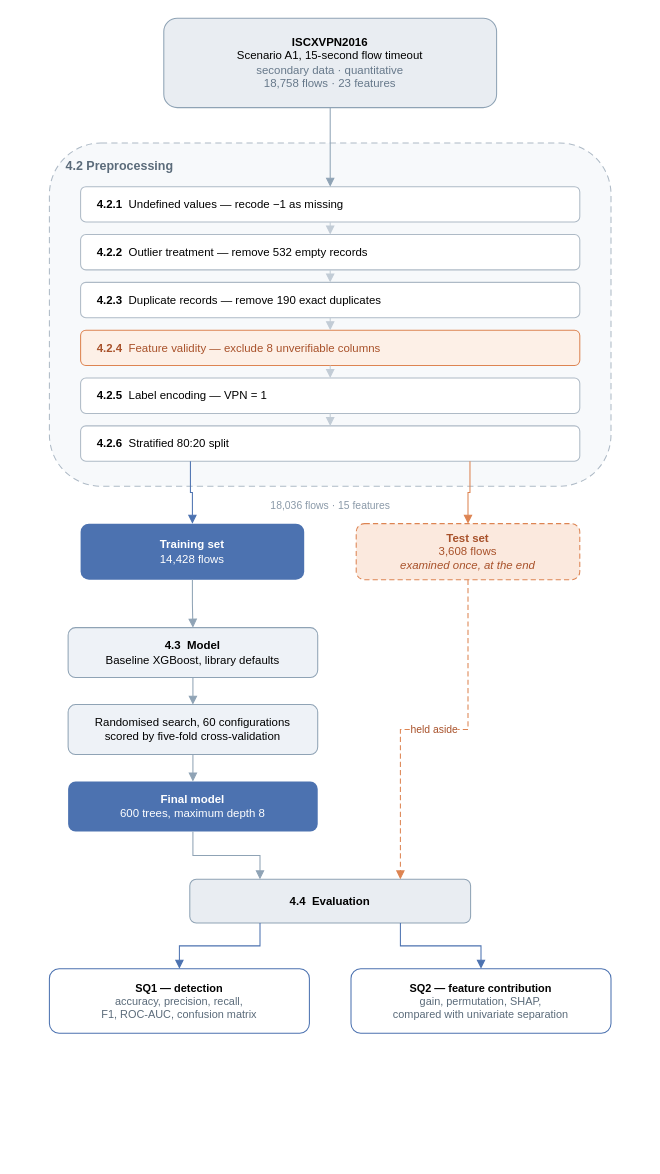
laysokhour-computer/VPN-Detection-Research keeps this draw.io diagram as results/research_methodology.drawio. Above is the earlier version. Source tidied: cells renumbered, new cells numbered last; positions are measured from the earlier drawing's top-left corner, leaving out a move shared by most shapes. Both pictures are drawn from the tidied source at 104%, with x=0, y=0 at pixel (49, 18).
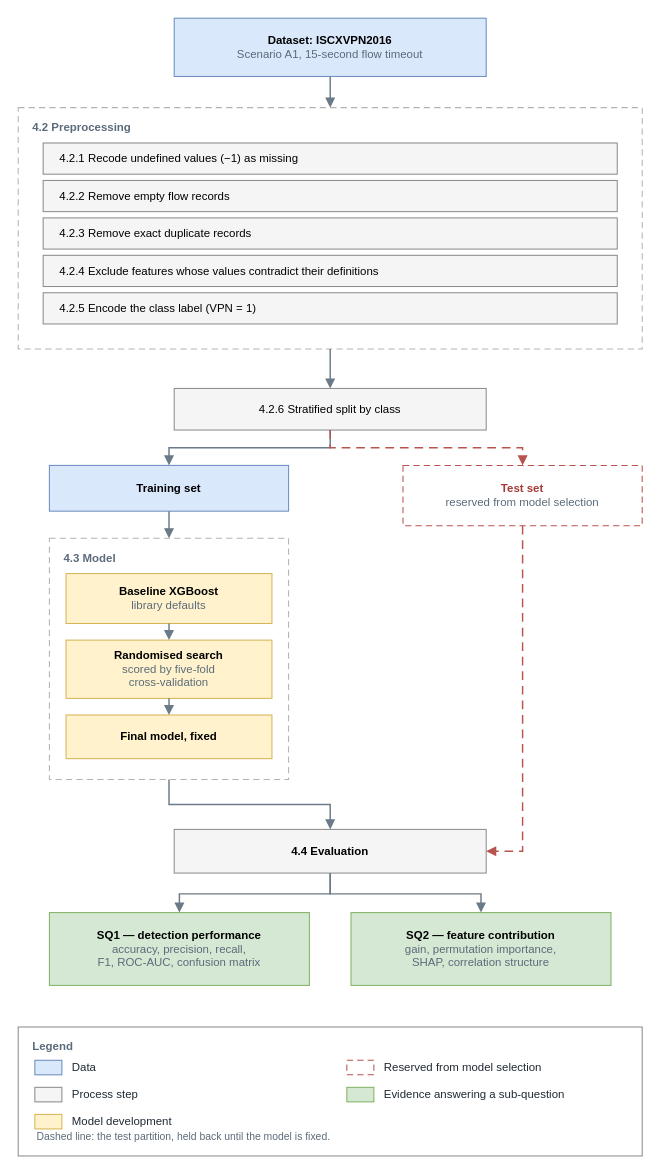
Above is the later version.

Change to the diagram source:
```diff
@@
+    <mxCell id="3" value="&lt;b&gt;Dataset: ISCXVPN2016&lt;/b&gt;&lt;br&gt;&lt;font color=&quot;#5B6B7A&quot;&gt;Scenario A1, 15-second flow timeout&lt;/font&gt;" style="rounded=0;whiteSpace=wrap;html=1;fillColor=#DAE8FC;strokeColor=#6C8EBF;fontSize=11;verticalAlign=middle;" parent="1" vertex="1">
+      <mxGeometry x="120" width="300" height="56" as="geometry" />
+    </mxCell>
-    <mxCell id="2" value="4.2  Preprocessing" style="rounded=1;whiteSpace=wrap;html=1;dashed=1;dashPattern=6 4;fillColor=#f7f9fb;strokeColor=#aebac6;verticalAlign=top;align=left;spacingLeft=14;spacingTop=8;fontSize=12;fontStyle=1;fontColor=#5b6b7a;" parent="1" vertex="1">
-      <mxGeometry y="120" width="540" height="330" as="geometry" />
+    <mxCell id="2" value="&lt;b&gt;&lt;font color=&quot;#5B6B7A&quot;&gt;4.2  Preprocessing&lt;/font&gt;&lt;/b&gt;" style="rounded=0;whiteSpace=wrap;html=1;fillColor=none;strokeColor=#B3B3B3;fontSize=11;dashed=1;dashPattern=6 4;verticalAlign=top;align=left;spacingLeft=12;spacingTop=6;" parent="1" vertex="1">
+      <mxGeometry x="-30" y="86" width="600" height="232" as="geometry" />
     </mxCell>
-    <mxCell id="3" value="&lt;b&gt;ISCXVPN2016&lt;/b&gt;&lt;br&gt;Scenario A1, 15-second flow timeout&lt;br&gt;&lt;font color=&quot;#66788a&quot;&gt;secondary data · quantitative&lt;/font&gt;&lt;br&gt;&lt;font color=&quot;#66788a&quot;&gt;18,758 flows · 23 features&lt;/font&gt;" style="rounded=1;whiteSpace=wrap;html=1;fillColor=#e9edf2;strokeColor=#8fa3b5;fontSize=11;verticalAlign=middle;spacing=4;" parent="1" vertex="1">
-      <mxGeometry x="110" width="320" height="86" as="geometry" />
-    </mxCell>
-    <mxCell id="4" value="&lt;b&gt;4.2.1&lt;/b&gt;  Undefined values — recode −1 as missing" style="rounded=1;whiteSpace=wrap;html=1;fillColor=#ffffff;strokeColor=#aebac6;fontSize=11;align=left;spacingLeft=14;" parent="1" vertex="1">
-      <mxGeometry x="30" y="162" width="480" height="34" as="geometry" />
+    <mxCell id="4" value="4.2.1   Recode undefined values (−1) as missing" style="rounded=0;whiteSpace=wrap;html=1;fillColor=#F5F5F5;strokeColor=#8C8C8C;fontSize=11;verticalAlign=middle;align=left;spacingLeft=14;" parent="1" vertex="1">
+      <mxGeometry x="-6" y="120" width="552" height="30" as="geometry" />
     </mxCell>
-    <mxCell id="5" value="&lt;b&gt;4.2.2&lt;/b&gt;  Outlier treatment — remove 532 empty records" style="rounded=1;whiteSpace=wrap;html=1;fillColor=#ffffff;strokeColor=#aebac6;fontSize=11;align=left;spacingLeft=14;" parent="1" vertex="1">
-      <mxGeometry x="30" y="208" width="480" height="34" as="geometry" />
+    <mxCell id="5" value="4.2.2   Remove empty flow records" style="rounded=0;whiteSpace=wrap;html=1;fillColor=#F5F5F5;strokeColor=#8C8C8C;fontSize=11;verticalAlign=middle;align=left;spacingLeft=14;" parent="1" vertex="1">
+      <mxGeometry x="-6" y="156" width="552" height="30" as="geometry" />
     </mxCell>
-    <mxCell id="6" value="&lt;b&gt;4.2.3&lt;/b&gt;  Duplicate records — remove 190 exact duplicates" style="rounded=1;whiteSpace=wrap;html=1;fillColor=#ffffff;strokeColor=#aebac6;fontSize=11;align=left;spacingLeft=14;" parent="1" vertex="1">
-      <mxGeometry x="30" y="254" width="480" height="34" as="geometry" />
+    <mxCell id="6" value="4.2.3   Remove exact duplicate records" style="rounded=0;whiteSpace=wrap;html=1;fillColor=#F5F5F5;strokeColor=#8C8C8C;fontSize=11;verticalAlign=middle;align=left;spacingLeft=14;" parent="1" vertex="1">
+      <mxGeometry x="-6" y="192" width="552" height="30" as="geometry" />
     </mxCell>
-    <mxCell id="7" value="&lt;b&gt;4.2.4&lt;/b&gt;  Feature validity — exclude 8 unverifiable columns" style="rounded=1;whiteSpace=wrap;html=1;fillColor=#fdf0e7;strokeColor=#DD8452;fontSize=11;align=left;spacingLeft=14;fontColor=#a8512a;" parent="1" vertex="1">
-      <mxGeometry x="30" y="300" width="480" height="34" as="geometry" />
+    <mxCell id="7" value="4.2.4   Exclude features whose values contradict their definitions" style="rounded=0;whiteSpace=wrap;html=1;fillColor=#F5F5F5;strokeColor=#8C8C8C;fontSize=11;verticalAlign=middle;align=left;spacingLeft=14;" parent="1" vertex="1">
+      <mxGeometry x="-6" y="228" width="552" height="30" as="geometry" />
     </mxCell>
-    <mxCell id="8" value="&lt;b&gt;4.2.5&lt;/b&gt;  Label encoding — VPN = 1" style="rounded=1;whiteSpace=wrap;html=1;fillColor=#ffffff;strokeColor=#aebac6;fontSize=11;align=left;spacingLeft=14;" parent="1" vertex="1">
-      <mxGeometry x="30" y="346" width="480" height="34" as="geometry" />
+    <mxCell id="8" value="4.2.5   Encode the class label (VPN = 1)" style="rounded=0;whiteSpace=wrap;html=1;fillColor=#F5F5F5;strokeColor=#8C8C8C;fontSize=11;verticalAlign=middle;align=left;spacingLeft=14;" parent="1" vertex="1">
+      <mxGeometry x="-6" y="264" width="552" height="30" as="geometry" />
     </mxCell>
-    <mxCell id="9" value="&lt;b&gt;4.2.6&lt;/b&gt;  Stratified 80:20 split" style="rounded=1;whiteSpace=wrap;html=1;fillColor=#ffffff;strokeColor=#aebac6;fontSize=11;align=left;spacingLeft=14;" parent="1" vertex="1">
-      <mxGeometry x="30" y="392" width="480" height="34" as="geometry" />
-    </mxCell>
-    <mxCell id="10" value="18,036 flows · 15 features" style="text;html=1;fontSize=10;fontColor=#8a99a8;align=center;" parent="1" vertex="1">
-      <mxGeometry x="180" y="456" width="180" height="18" as="geometry" />
-    </mxCell>
+    <mxCell id="34" value="4.2.6   Stratified split by class" style="rounded=0;whiteSpace=wrap;html=1;fillColor=#F5F5F5;strokeColor=#8C8C8C;fontSize=11;verticalAlign=middle;" parent="1" vertex="1">
+      <mxGeometry x="120" y="356" width="300" height="40" as="geometry" />
+    </mxCell>
-    <mxCell id="11" value="&lt;b&gt;Training set&lt;/b&gt;&lt;br&gt;14,428 flows" style="rounded=1;whiteSpace=wrap;html=1;fillColor=#4C72B0;strokeColor=none;fontColor=#ffffff;fontSize=11;" parent="1" vertex="1">
-      <mxGeometry x="30" y="486" width="215" height="54" as="geometry" />
+    <mxCell id="11" value="&lt;b&gt;Training set&lt;/b&gt;" style="rounded=0;whiteSpace=wrap;html=1;fillColor=#DAE8FC;strokeColor=#6C8EBF;fontSize=11;verticalAlign=middle;" parent="1" vertex="1">
+      <mxGeometry y="430" width="230" height="44" as="geometry" />
     </mxCell>
-    <mxCell id="12" value="&lt;b&gt;Test set&lt;/b&gt;&lt;br&gt;3,608 flows&lt;br&gt;&lt;i&gt;examined once, at the end&lt;/i&gt;" style="rounded=1;whiteSpace=wrap;html=1;fillColor=#fbe9de;strokeColor=#DD8452;dashed=1;dashPattern=5 3;fontColor=#a8512a;fontSize=11;" parent="1" vertex="1">
-      <mxGeometry x="295" y="486" width="215" height="54" as="geometry" />
+    <mxCell id="12" value="&lt;b&gt;&lt;font color=&quot;#A33A36&quot;&gt;Test set&lt;/font&gt;&lt;/b&gt;&lt;br&gt;&lt;font color=&quot;#5B6B7A&quot;&gt;reserved from model selection&lt;/font&gt;" style="rounded=0;whiteSpace=wrap;html=1;fillColor=#FFFFFF;strokeColor=#B85450;fontSize=11;dashed=1;dashPattern=6 4;verticalAlign=middle;" parent="1" vertex="1">
+      <mxGeometry x="340" y="430" width="230" height="58" as="geometry" />
     </mxCell>
+    <mxCell id="35" value="&lt;b&gt;&lt;font color=&quot;#5B6B7A&quot;&gt;4.3  Model&lt;/font&gt;&lt;/b&gt;" style="rounded=0;whiteSpace=wrap;html=1;fillColor=none;strokeColor=#B3B3B3;fontSize=11;dashed=1;dashPattern=6 4;verticalAlign=top;align=left;spacingLeft=12;spacingTop=6;" parent="1" vertex="1">
+      <mxGeometry y="500" width="230" height="232" as="geometry" />
+    </mxCell>
-    <mxCell id="13" value="&lt;b&gt;4.3  Model&lt;/b&gt;&lt;br&gt;Baseline XGBoost, library defaults" style="rounded=1;whiteSpace=wrap;html=1;fillColor=#eef2f7;strokeColor=#8fa3b5;fontSize=11;" parent="1" vertex="1">
-      <mxGeometry x="18" y="586" width="240" height="48" as="geometry" />
+    <mxCell id="13" value="&lt;b&gt;Baseline XGBoost&lt;/b&gt;&lt;br&gt;&lt;font color=&quot;#5B6B7A&quot;&gt;library defaults&lt;/font&gt;" style="rounded=0;whiteSpace=wrap;html=1;fillColor=#FFF2CC;strokeColor=#D6B656;fontSize=11;verticalAlign=middle;" parent="1" vertex="1">
+      <mxGeometry x="16" y="534" width="198" height="48" as="geometry" />
     </mxCell>
-    <mxCell id="14" value="Randomised search, 60 configurations&lt;br&gt;scored by five-fold cross-validation" style="rounded=1;whiteSpace=wrap;html=1;fillColor=#eef2f7;strokeColor=#8fa3b5;fontSize=11;" parent="1" vertex="1">
-      <mxGeometry x="18" y="660" width="240" height="48" as="geometry" />
+    <mxCell id="14" value="&lt;b&gt;Randomised search&lt;/b&gt;&lt;br&gt;&lt;font color=&quot;#5B6B7A&quot;&gt;scored by five-fold&lt;/font&gt;&lt;br&gt;&lt;font color=&quot;#5B6B7A&quot;&gt;cross-validation&lt;/font&gt;" style="rounded=0;whiteSpace=wrap;html=1;fillColor=#FFF2CC;strokeColor=#D6B656;fontSize=11;verticalAlign=middle;" parent="1" vertex="1">
+      <mxGeometry x="16" y="598" width="198" height="56" as="geometry" />
     </mxCell>
-    <mxCell id="15" value="&lt;b&gt;Final model&lt;/b&gt;&lt;br&gt;600 trees, maximum depth 8" style="rounded=1;whiteSpace=wrap;html=1;fillColor=#4C72B0;strokeColor=none;fontColor=#ffffff;fontSize=11;" parent="1" vertex="1">
-      <mxGeometry x="18" y="734" width="240" height="48" as="geometry" />
+    <mxCell id="15" value="&lt;b&gt;Final model, fixed&lt;/b&gt;" style="rounded=0;whiteSpace=wrap;html=1;fillColor=#FFF2CC;strokeColor=#D6B656;fontSize=11;verticalAlign=middle;" parent="1" vertex="1">
+      <mxGeometry x="16" y="670" width="198" height="42" as="geometry" />
     </mxCell>
-    <mxCell id="16" value="&lt;b&gt;4.4  Evaluation&lt;/b&gt;" style="rounded=1;whiteSpace=wrap;html=1;fillColor=#e9edf2;strokeColor=#8fa3b5;fontSize=11;" parent="1" vertex="1">
-      <mxGeometry x="135" y="828" width="270" height="42" as="geometry" />
+    <mxCell id="16" value="&lt;b&gt;4.4  Evaluation&lt;/b&gt;" style="rounded=0;whiteSpace=wrap;html=1;fillColor=#F5F5F5;strokeColor=#8C8C8C;fontSize=11;verticalAlign=middle;" parent="1" vertex="1">
+      <mxGeometry x="120" y="780" width="300" height="42" as="geometry" />
     </mxCell>
-    <mxCell id="17" value="&lt;b&gt;SQ1 — detection&lt;/b&gt;&lt;br&gt;&lt;font color=&quot;#5b6b7a&quot;&gt;accuracy, precision, recall,&lt;br&gt;F1, ROC-AUC, confusion matrix&lt;/font&gt;" style="rounded=1;whiteSpace=wrap;html=1;fillColor=#ffffff;strokeColor=#4C72B0;fontSize=10.5;" parent="1" vertex="1">
-      <mxGeometry y="914" width="250" height="62" as="geometry" />
+    <mxCell id="17" value="&lt;b&gt;SQ1 — detection performance&lt;/b&gt;&lt;br&gt;&lt;font color=&quot;#5B6B7A&quot;&gt;accuracy, precision, recall,&lt;/font&gt;&lt;br&gt;&lt;font color=&quot;#5B6B7A&quot;&gt;F1, ROC-AUC, confusion matrix&lt;/font&gt;" style="rounded=0;whiteSpace=wrap;html=1;fillColor=#D5E8D4;strokeColor=#82B366;fontSize=11;verticalAlign=middle;" parent="1" vertex="1">
+      <mxGeometry y="860" width="250" height="70" as="geometry" />
     </mxCell>
-    <mxCell id="18" value="&lt;b&gt;SQ2 — feature contribution&lt;/b&gt;&lt;br&gt;&lt;font color=&quot;#5b6b7a&quot;&gt;gain, permutation, SHAP,&lt;br&gt;compared with univariate separation&lt;/font&gt;" style="rounded=1;whiteSpace=wrap;html=1;fillColor=#ffffff;strokeColor=#4C72B0;fontSize=10.5;" parent="1" vertex="1">
-      <mxGeometry x="290" y="914" width="250" height="62" as="geometry" />
+    <mxCell id="18" value="&lt;b&gt;SQ2 — feature contribution&lt;/b&gt;&lt;br&gt;&lt;font color=&quot;#5B6B7A&quot;&gt;gain, permutation importance,&lt;/font&gt;&lt;br&gt;&lt;font color=&quot;#5B6B7A&quot;&gt;SHAP, correlation structure&lt;/font&gt;" style="rounded=0;whiteSpace=wrap;html=1;fillColor=#D5E8D4;strokeColor=#82B366;fontSize=11;verticalAlign=middle;" parent="1" vertex="1">
+      <mxGeometry x="290" y="860" width="250" height="70" as="geometry" />
     </mxCell>
-    <mxCell id="19" style="edgeStyle=orthogonalEdgeStyle;rounded=0;html=1;strokeColor=#8fa3b5;endArrow=block;endFill=1;" parent="1" edge="1" source="3" target="4">
-      <mxGeometry relative="1" as="geometry" />
-    </mxCell>
-    <mxCell id="20" style="edgeStyle=orthogonalEdgeStyle;rounded=0;html=1;strokeColor=#c2ccd6;endArrow=block;endFill=1;" parent="1" edge="1" source="4" target="5">
+    <mxCell id="20" style="edgeStyle=orthogonalEdgeStyle;rounded=0;html=1;exitX=0.5;exitY=1;exitDx=0;exitDy=0;entryX=0.5;entryY=0;entryDx=0;entryDy=0;endArrow=block;endFill=1;strokeWidth=1.4;strokeColor=#6B7A88;" parent="1" edge="1" source="3" target="2">
       <mxGeometry relative="1" as="geometry" />
     </mxCell>
-    <mxCell id="21" style="edgeStyle=orthogonalEdgeStyle;rounded=0;html=1;strokeColor=#c2ccd6;endArrow=block;endFill=1;" parent="1" edge="1" source="5" target="6">
+    <mxCell id="21" style="edgeStyle=orthogonalEdgeStyle;rounded=0;html=1;exitX=0.5;exitY=1;exitDx=0;exitDy=0;entryX=0.5;entryY=0;entryDx=0;entryDy=0;endArrow=block;endFill=1;strokeWidth=1.4;strokeColor=#6B7A88;" parent="1" edge="1" source="2" target="34">
       <mxGeometry relative="1" as="geometry" />
     </mxCell>
-    <mxCell id="22" style="edgeStyle=orthogonalEdgeStyle;rounded=0;html=1;strokeColor=#c2ccd6;endArrow=block;endFill=1;" parent="1" edge="1" source="6" target="7">
-      <mxGeometry relative="1" as="geometry" />
+    <mxCell id="22" style="edgeStyle=orthogonalEdgeStyle;rounded=0;html=1;exitX=0.5;exitY=1;exitDx=0;exitDy=0;entryX=0.5;entryY=0;entryDx=0;entryDy=0;endArrow=block;endFill=1;strokeWidth=1.4;strokeColor=#6B7A88;" parent="1" edge="1" source="34" target="11">
+      <mxGeometry relative="1" as="geometry">
+        <Array as="points">
+          <mxPoint x="270" y="413" />
+          <mxPoint x="115" y="413" />
+        </Array>
+      </mxGeometry>
     </mxCell>
-    <mxCell id="23" style="edgeStyle=orthogonalEdgeStyle;rounded=0;html=1;strokeColor=#c2ccd6;endArrow=block;endFill=1;" parent="1" edge="1" source="7" target="8">
-      <mxGeometry relative="1" as="geometry" />
+    <mxCell id="23" style="edgeStyle=orthogonalEdgeStyle;rounded=0;html=1;exitX=0.5;exitY=1;exitDx=0;exitDy=0;entryX=0.5;entryY=0;entryDx=0;entryDy=0;endArrow=block;endFill=1;strokeWidth=1.4;strokeColor=#B85450;dashed=1;dashPattern=6 4;" parent="1" edge="1" source="34" target="12">
+      <mxGeometry relative="1" as="geometry">
+        <Array as="points">
+          <mxPoint x="270" y="413" />
+          <mxPoint x="455" y="413" />
+        </Array>
+      </mxGeometry>
     </mxCell>
-    <mxCell id="24" style="edgeStyle=orthogonalEdgeStyle;rounded=0;html=1;strokeColor=#c2ccd6;endArrow=block;endFill=1;" parent="1" edge="1" source="8" target="9">
+    <mxCell id="24" style="edgeStyle=orthogonalEdgeStyle;rounded=0;html=1;exitX=0.5;exitY=1;exitDx=0;exitDy=0;entryX=0.5;entryY=0;entryDx=0;entryDy=0;endArrow=block;endFill=1;strokeWidth=1.4;strokeColor=#6B7A88;" parent="1" edge="1" source="11" target="35">
       <mxGeometry relative="1" as="geometry" />
     </mxCell>
-    <mxCell id="25" style="edgeStyle=orthogonalEdgeStyle;rounded=0;html=1;strokeColor=#4C72B0;endArrow=block;endFill=1;exitX=0.22;exitY=1;exitDx=0;exitDy=0;entryX=0.5;entryY=0;entryDx=0;entryDy=0;" parent="1" edge="1" source="9" target="11">
+    <mxCell id="25" style="edgeStyle=orthogonalEdgeStyle;rounded=0;html=1;exitX=0.5;exitY=1;exitDx=0;exitDy=0;entryX=0.5;entryY=0;entryDx=0;entryDy=0;endArrow=block;endFill=1;strokeWidth=1.4;strokeColor=#6B7A88;" parent="1" edge="1" source="13" target="14">
       <mxGeometry relative="1" as="geometry" />
     </mxCell>
-    <mxCell id="26" style="edgeStyle=orthogonalEdgeStyle;rounded=0;html=1;strokeColor=#DD8452;endArrow=block;endFill=1;exitX=0.78;exitY=1;exitDx=0;exitDy=0;entryX=0.5;entryY=0;entryDx=0;entryDy=0;" parent="1" edge="1" source="9" target="12">
+    <mxCell id="26" style="edgeStyle=orthogonalEdgeStyle;rounded=0;html=1;exitX=0.5;exitY=1;exitDx=0;exitDy=0;entryX=0.5;entryY=0;entryDx=0;entryDy=0;endArrow=block;endFill=1;strokeWidth=1.4;strokeColor=#6B7A88;" parent="1" edge="1" source="14" target="15">
       <mxGeometry relative="1" as="geometry" />
     </mxCell>
-    <mxCell id="27" style="edgeStyle=orthogonalEdgeStyle;rounded=0;html=1;strokeColor=#8fa3b5;endArrow=block;endFill=1;" parent="1" edge="1" source="11" target="13">
-      <mxGeometry relative="1" as="geometry" />
+    <mxCell id="27" style="edgeStyle=orthogonalEdgeStyle;rounded=0;html=1;exitX=0.5;exitY=1;exitDx=0;exitDy=0;entryX=0.5;entryY=0;entryDx=0;entryDy=0;endArrow=block;endFill=1;strokeWidth=1.4;strokeColor=#6B7A88;" parent="1" edge="1" source="35" target="16">
+      <mxGeometry relative="1" as="geometry">
+        <Array as="points">
+          <mxPoint x="115" y="756" />
+          <mxPoint x="270" y="756" />
+        </Array>
+      </mxGeometry>
     </mxCell>
-    <mxCell id="28" style="edgeStyle=orthogonalEdgeStyle;rounded=0;html=1;strokeColor=#8fa3b5;endArrow=block;endFill=1;" parent="1" edge="1" source="13" target="14">
-      <mxGeometry relative="1" as="geometry" />
+    <mxCell id="28" style="edgeStyle=orthogonalEdgeStyle;rounded=0;html=1;exitX=0.5;exitY=1;exitDx=0;exitDy=0;entryX=1;entryY=0.5;entryDx=0;entryDy=0;endArrow=block;endFill=1;strokeWidth=1.4;strokeColor=#B85450;dashed=1;dashPattern=6 4;" parent="1" edge="1" source="12" target="16">
+      <mxGeometry relative="1" as="geometry">
+        <Array as="points">
+          <mxPoint x="455" y="801" />
+        </Array>
+      </mxGeometry>
     </mxCell>
-    <mxCell id="29" style="edgeStyle=orthogonalEdgeStyle;rounded=0;html=1;strokeColor=#8fa3b5;endArrow=block;endFill=1;" parent="1" edge="1" source="14" target="15">
-      <mxGeometry relative="1" as="geometry" />
+    <mxCell id="29" style="edgeStyle=orthogonalEdgeStyle;rounded=0;html=1;exitX=0.5;exitY=1;exitDx=0;exitDy=0;entryX=0.5;entryY=0;entryDx=0;entryDy=0;endArrow=block;endFill=1;strokeWidth=1.4;strokeColor=#6B7A88;" parent="1" edge="1" source="16" target="17">
+      <mxGeometry relative="1" as="geometry">
+        <Array as="points">
+          <mxPoint x="270" y="842" />
+          <mxPoint x="125" y="842" />
+        </Array>
+      </mxGeometry>
     </mxCell>
-    <mxCell id="30" style="edgeStyle=orthogonalEdgeStyle;rounded=0;html=1;strokeColor=#8fa3b5;endArrow=block;endFill=1;entryX=0.25;entryY=0;entryDx=0;entryDy=0;" parent="1" edge="1" source="15" target="16">
-      <mxGeometry relative="1" as="geometry" />
+    <mxCell id="30" style="edgeStyle=orthogonalEdgeStyle;rounded=0;html=1;exitX=0.5;exitY=1;exitDx=0;exitDy=0;entryX=0.5;entryY=0;entryDx=0;entryDy=0;endArrow=block;endFill=1;strokeWidth=1.4;strokeColor=#6B7A88;" parent="1" edge="1" source="16" target="18">
+      <mxGeometry relative="1" as="geometry">
+        <Array as="points">
+          <mxPoint x="270" y="842" />
+          <mxPoint x="415" y="842" />
+        </Array>
+      </mxGeometry>
     </mxCell>
-    <mxCell id="31" value="held aside" style="edgeStyle=orthogonalEdgeStyle;rounded=0;html=1;strokeColor=#DD8452;dashed=1;dashPattern=5 3;endArrow=block;endFill=1;fontSize=10;fontColor=#a8512a;labelBackgroundColor=#ffffff;entryX=0.75;entryY=0;entryDx=0;entryDy=0;" parent="1" edge="1" source="12" target="16">
-      <mxGeometry relative="1" as="geometry" />
-    </mxCell>
-    <mxCell id="32" style="edgeStyle=orthogonalEdgeStyle;rounded=0;html=1;strokeColor=#4C72B0;endArrow=block;endFill=1;exitX=0.25;exitY=1;exitDx=0;exitDy=0;entryX=0.5;entryY=0;entryDx=0;entryDy=0;" parent="1" edge="1" source="16" target="17">
-      <mxGeometry relative="1" as="geometry" />
-    </mxCell>
-    <mxCell id="33" style="edgeStyle=orthogonalEdgeStyle;rounded=0;html=1;strokeColor=#4C72B0;endArrow=block;endFill=1;exitX=0.75;exitY=1;exitDx=0;exitDy=0;entryX=0.5;entryY=0;entryDx=0;entryDy=0;" parent="1" edge="1" source="16" target="18">
-      <mxGeometry relative="1" as="geometry" />
-    </mxCell>
+    <mxCell id="36" value="&lt;b&gt;Legend&lt;/b&gt;" style="rounded=0;whiteSpace=wrap;html=1;fillColor=none;strokeColor=#8C8C8C;verticalAlign=top;align=left;spacingLeft=12;spacingTop=6;fontSize=11;fontColor=#5B6B7A;" parent="1" vertex="1">
+      <mxGeometry x="-30" y="970" width="600" height="124" as="geometry" />
+    </mxCell>
+    <mxCell id="37" style="rounded=0;whiteSpace=wrap;html=1;fillColor=#DAE8FC;strokeColor=#6C8EBF;" parent="1" vertex="1">
+      <mxGeometry x="-14" y="1002" width="26" height="14" as="geometry" />
+    </mxCell>
+    <mxCell id="38" value="Data" style="text;html=1;align=left;verticalAlign=middle;fontSize=11;fontColor=#1F2933;" parent="1" vertex="1">
+      <mxGeometry x="20" y="999" width="250" height="20" as="geometry" />
+    </mxCell>
+    <mxCell id="39" style="rounded=0;whiteSpace=wrap;html=1;fillColor=#F5F5F5;strokeColor=#8C8C8C;" parent="1" vertex="1">
+      <mxGeometry x="-14" y="1028" width="26" height="14" as="geometry" />
+    </mxCell>
+    <mxCell id="40" value="Process step" style="text;html=1;align=left;verticalAlign=middle;fontSize=11;fontColor=#1F2933;" parent="1" vertex="1">
+      <mxGeometry x="20" y="1025" width="250" height="20" as="geometry" />
+    </mxCell>
+    <mxCell id="41" style="rounded=0;whiteSpace=wrap;html=1;fillColor=#FFF2CC;strokeColor=#D6B656;" parent="1" vertex="1">
+      <mxGeometry x="-14" y="1054" width="26" height="14" as="geometry" />
+    </mxCell>
+    <mxCell id="42" value="Model development" style="text;html=1;align=left;verticalAlign=middle;fontSize=11;fontColor=#1F2933;" parent="1" vertex="1">
+      <mxGeometry x="20" y="1051" width="250" height="20" as="geometry" />
+    </mxCell>
+    <mxCell id="43" style="rounded=0;whiteSpace=wrap;html=1;fillColor=#FFFFFF;strokeColor=#B85450;dashed=1;dashPattern=6 4;" parent="1" vertex="1">
+      <mxGeometry x="286" y="1002" width="26" height="14" as="geometry" />
+    </mxCell>
+    <mxCell id="44" value="Reserved from model selection" style="text;html=1;align=left;verticalAlign=middle;fontSize=11;fontColor=#1F2933;" parent="1" vertex="1">
+      <mxGeometry x="320" y="999" width="250" height="20" as="geometry" />
+    </mxCell>
+    <mxCell id="45" style="rounded=0;whiteSpace=wrap;html=1;fillColor=#D5E8D4;strokeColor=#82B366;" parent="1" vertex="1">
+      <mxGeometry x="286" y="1028" width="26" height="14" as="geometry" />
+    </mxCell>
+    <mxCell id="46" value="Evidence answering a sub-question" style="text;html=1;align=left;verticalAlign=middle;fontSize=11;fontColor=#1F2933;" parent="1" vertex="1">
+      <mxGeometry x="320" y="1025" width="250" height="20" as="geometry" />
+    </mxCell>
+    <mxCell id="47" value="Dashed line: the test partition, held back until the model is fixed." style="text;html=1;align=left;verticalAlign=middle;fontSize=10;fontColor=#5B6B7A;" parent="1" vertex="1">
+      <mxGeometry x="-14" y="1066" width="560" height="18" as="geometry" />
+    </mxCell>
```
